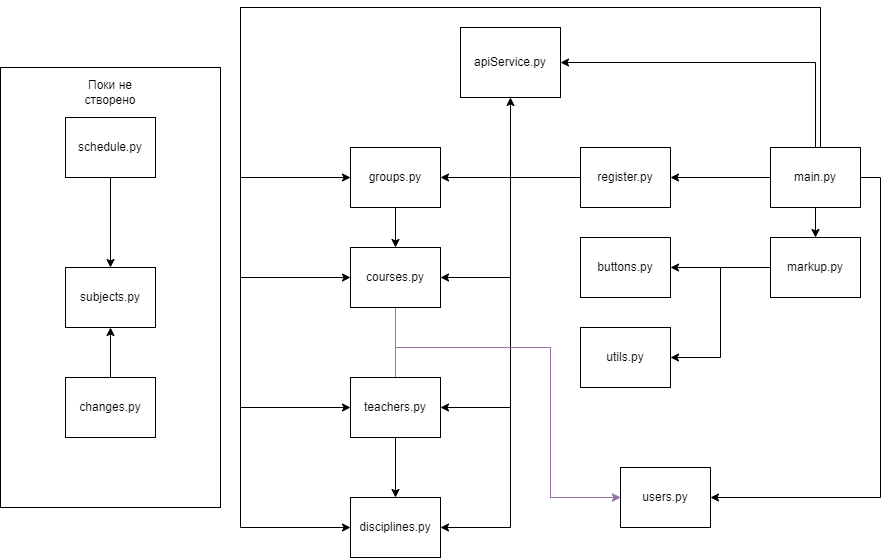
Before: diagrams/1.drawio.png, a diagram exported from draw.io (ppc-ntu-khpi/PPFC-bot). Source tidied: cells renumbered, new cells last; positions are measured from the earlier drawing's top-left corner, leaving out a move shared by most shapes.
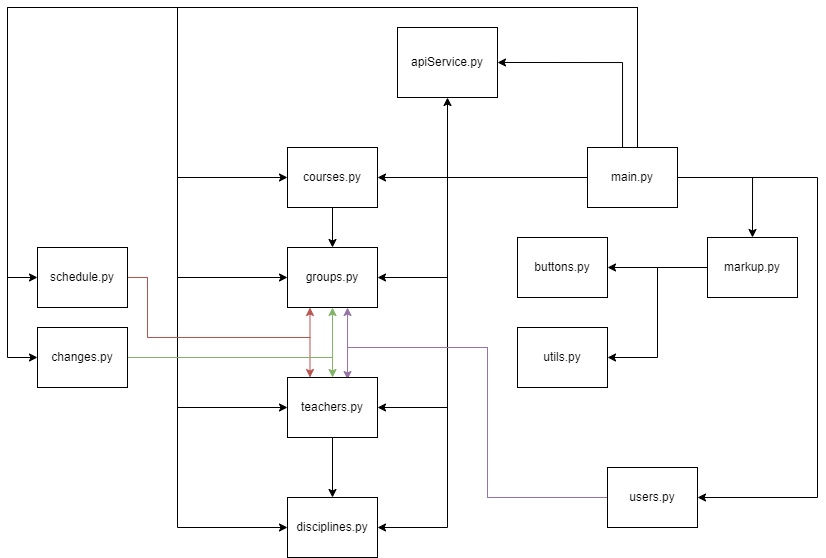
Later version of the same file.

What changed in the source:
```diff
@@ -2,26 +2,20 @@
   <root>
     <mxCell id="0" />
     <mxCell id="1" parent="0" />
-    <mxCell id="2" style="rounded=0;whiteSpace=wrap;html=1;" parent="1" vertex="1">
-      <mxGeometry y="60" width="220" height="440" as="geometry" />
-    </mxCell>
-    <mxCell id="3" style="edgeStyle=orthogonalEdgeStyle;rounded=0;jettySize=auto;html=1;entryX=1;entryY=0.5;entryDx=0;entryDy=0;" parent="1" edge="1" source="11" target="18">
-      <mxGeometry relative="1" as="geometry" />
-    </mxCell>
     <mxCell id="4" style="edgeStyle=orthogonalEdgeStyle;rounded=0;jettySize=auto;html=1;entryX=0.5;entryY=0;entryDx=0;entryDy=0;" parent="1" edge="1" source="11" target="21">
       <mxGeometry relative="1" as="geometry" />
     </mxCell>
     <mxCell id="5" style="edgeStyle=orthogonalEdgeStyle;rounded=0;jettySize=auto;html=1;entryX=1;entryY=0.5;entryDx=0;entryDy=0;" parent="1" edge="1" source="11" target="12">
       <mxGeometry relative="1" as="geometry">
         <Array as="points">
-          <mxPoint x="815" y="55" />
+          <mxPoint x="685" y="55" />
         </Array>
       </mxGeometry>
     </mxCell>
     <mxCell id="6" style="edgeStyle=orthogonalEdgeStyle;rounded=0;jettySize=auto;html=1;entryX=0;entryY=0.5;entryDx=0;entryDy=0;" parent="1" edge="1" source="11" target="24">
       <mxGeometry relative="1" as="geometry">
         <Array as="points">
-          <mxPoint x="820" />
+          <mxPoint x="700" />
           <mxPoint x="240" />
           <mxPoint x="240" y="170" />
         </Array>
@@ -30,7 +24,7 @@
     <mxCell id="7" style="edgeStyle=orthogonalEdgeStyle;rounded=0;jettySize=auto;html=1;entryX=0;entryY=0.5;entryDx=0;entryDy=0;" parent="1" edge="1" source="11" target="26">
       <mxGeometry relative="1" as="geometry">
         <Array as="points">
-          <mxPoint x="820" />
+          <mxPoint x="700" />
           <mxPoint x="240" />
           <mxPoint x="240" y="270" />
         </Array>
@@ -39,7 +33,7 @@
     <mxCell id="8" style="edgeStyle=orthogonalEdgeStyle;rounded=0;jettySize=auto;html=1;entryX=0;entryY=0.5;entryDx=0;entryDy=0;" parent="1" edge="1" source="11" target="32">
       <mxGeometry relative="1" as="geometry">
         <Array as="points">
-          <mxPoint x="820" />
+          <mxPoint x="700" />
           <mxPoint x="240" />
           <mxPoint x="240" y="400" />
         </Array>
@@ -48,7 +42,7 @@
     <mxCell id="9" style="edgeStyle=orthogonalEdgeStyle;rounded=0;jettySize=auto;html=1;entryX=0;entryY=0.5;entryDx=0;entryDy=0;" parent="1" edge="1" source="11" target="29">
       <mxGeometry relative="1" as="geometry">
         <Array as="points">
-          <mxPoint x="820" />
+          <mxPoint x="700" />
           <mxPoint x="240" />
           <mxPoint x="240" y="520" />
         </Array>
@@ -62,30 +56,59 @@
         </Array>
       </mxGeometry>
     </mxCell>
+    <mxCell id="39" style="edgeStyle=orthogonalEdgeStyle;rounded=0;jettySize=auto;html=1;entryX=0;entryY=0.5;entryDx=0;entryDy=0;" parent="1" edge="1" source="11" target="35">
+      <mxGeometry relative="1" as="geometry">
+        <Array as="points">
+          <mxPoint x="700" />
+          <mxPoint x="70" />
+          <mxPoint x="70" y="270" />
+        </Array>
+      </mxGeometry>
+    </mxCell>
+    <mxCell id="40" style="edgeStyle=orthogonalEdgeStyle;rounded=0;jettySize=auto;html=1;entryX=0;entryY=0.5;entryDx=0;entryDy=0;" parent="1" edge="1" source="11" target="37">
+      <mxGeometry relative="1" as="geometry">
+        <Array as="points">
+          <mxPoint x="700" />
+          <mxPoint x="70" />
+          <mxPoint x="70" y="350" />
+        </Array>
+      </mxGeometry>
+    </mxCell>
     <mxCell id="11" value="main.py" style="rounded=0;whiteSpace=wrap;html=1;" parent="1" vertex="1">
-      <mxGeometry x="770" y="140" width="90" height="60" as="geometry" />
+      <mxGeometry x="650" y="140" width="90" height="60" as="geometry" />
     </mxCell>
     <mxCell id="12" value="apiService.py" style="rounded=0;whiteSpace=wrap;html=1;" parent="1" vertex="1">
       <mxGeometry x="460" y="20" width="100" height="70" as="geometry" />
     </mxCell>
-    <mxCell id="13" style="edgeStyle=orthogonalEdgeStyle;rounded=0;jettySize=auto;html=1;" parent="1" edge="1" source="18" target="12">
-      <mxGeometry relative="1" as="geometry" />
+    <mxCell id="13" style="edgeStyle=orthogonalEdgeStyle;rounded=0;jettySize=auto;html=1;" parent="1" edge="1" target="12">
+      <mxGeometry relative="1" as="geometry">
+        <mxPoint x="580" y="170" as="sourcePoint" />
+      </mxGeometry>
     </mxCell>
-    <mxCell id="14" style="edgeStyle=orthogonalEdgeStyle;rounded=0;jettySize=auto;html=1;" parent="1" edge="1" source="18" target="24">
+    <mxCell id="14" style="edgeStyle=orthogonalEdgeStyle;rounded=0;jettySize=auto;html=1;exitX=0;exitY=0.5;exitDx=0;exitDy=0;" parent="1" edge="1" source="11" target="24">
       <mxGeometry relative="1" as="geometry" />
     </mxCell>
-    <mxCell id="15" style="edgeStyle=orthogonalEdgeStyle;rounded=0;jettySize=auto;html=1;entryX=1;entryY=0.5;entryDx=0;entryDy=0;" parent="1" edge="1" source="18" target="26">
-      <mxGeometry relative="1" as="geometry" />
+    <mxCell id="15" style="edgeStyle=orthogonalEdgeStyle;rounded=0;jettySize=auto;html=1;entryX=1;entryY=0.5;entryDx=0;entryDy=0;exitX=0;exitY=0.5;exitDx=0;exitDy=0;" parent="1" edge="1" source="11" target="26">
+      <mxGeometry relative="1" as="geometry">
+        <Array as="points">
+          <mxPoint x="510" y="170" />
+          <mxPoint x="510" y="270" />
+        </Array>
+      </mxGeometry>
     </mxCell>
-    <mxCell id="16" style="edgeStyle=orthogonalEdgeStyle;rounded=0;jettySize=auto;html=1;entryX=1;entryY=0.5;entryDx=0;entryDy=0;" parent="1" edge="1" source="18" target="32">
-      <mxGeometry relative="1" as="geometry" />
+    <mxCell id="16" style="edgeStyle=orthogonalEdgeStyle;rounded=0;jettySize=auto;html=1;entryX=1;entryY=0.5;entryDx=0;entryDy=0;" parent="1" edge="1" target="32">
+      <mxGeometry relative="1" as="geometry">
+        <mxPoint x="580" y="170" as="sourcePoint" />
+      </mxGeometry>
     </mxCell>
-    <mxCell id="17" style="edgeStyle=orthogonalEdgeStyle;rounded=0;jettySize=auto;html=1;entryX=1;entryY=0.5;entryDx=0;entryDy=0;" parent="1" edge="1" source="18" target="29">
-      <mxGeometry relative="1" as="geometry" />
+    <mxCell id="17" style="edgeStyle=orthogonalEdgeStyle;rounded=0;jettySize=auto;html=1;entryX=1;entryY=0.5;entryDx=0;entryDy=0;exitX=0;exitY=0.5;exitDx=0;exitDy=0;" parent="1" edge="1" source="11" target="29">
+      <mxGeometry relative="1" as="geometry">
+        <Array as="points">
+          <mxPoint x="510" y="170" />
+          <mxPoint x="510" y="520" />
+        </Array>
+      </mxGeometry>
     </mxCell>
-    <mxCell id="18" value="register.py" style="rounded=0;whiteSpace=wrap;html=1;" parent="1" vertex="1">
-      <mxGeometry x="580" y="140" width="90" height="60" as="geometry" />
-    </mxCell>
     <mxCell id="19" style="edgeStyle=orthogonalEdgeStyle;rounded=0;jettySize=auto;html=1;entryX=1;entryY=0.5;entryDx=0;entryDy=0;" parent="1" edge="1" source="21" target="33">
       <mxGeometry relative="1" as="geometry" />
     </mxCell>
@@ -101,62 +124,84 @@
     <mxCell id="23" style="edgeStyle=orthogonalEdgeStyle;rounded=0;jettySize=auto;html=1;entryX=0.5;entryY=0;entryDx=0;entryDy=0;" parent="1" edge="1" source="24" target="26">
       <mxGeometry relative="1" as="geometry" />
     </mxCell>
-    <mxCell id="24" value="groups.py" style="rounded=0;whiteSpace=wrap;html=1;" parent="1" vertex="1">
+    <mxCell id="24" value="courses.py" style="rounded=0;whiteSpace=wrap;html=1;" parent="1" vertex="1">
       <mxGeometry x="350" y="140" width="90" height="60" as="geometry" />
     </mxCell>
-    <mxCell id="25" style="edgeStyle=orthogonalEdgeStyle;rounded=0;jettySize=auto;html=1;entryX=0;entryY=0.5;entryDx=0;entryDy=0;fillColor=#e1d5e7;strokeColor=#9673a6;" parent="1" edge="1" source="26" target="27">
-      <mxGeometry relative="1" as="geometry">
-        <Array as="points">
-          <mxPoint x="395" y="340" />
-          <mxPoint x="550" y="340" />
-          <mxPoint x="550" y="490" />
-        </Array>
-      </mxGeometry>
-    </mxCell>
-    <mxCell id="26" value="courses.py" style="rounded=0;whiteSpace=wrap;html=1;" parent="1" vertex="1">
+    <mxCell id="26" value="groups.py" style="rounded=0;whiteSpace=wrap;html=1;" parent="1" vertex="1">
       <mxGeometry x="350" y="240" width="90" height="60" as="geometry" />
     </mxCell>
+    <mxCell id="41" style="edgeStyle=orthogonalEdgeStyle;rounded=0;jettySize=auto;html=1;entryX=0.667;entryY=1;entryDx=0;entryDy=0;fillColor=#e1d5e7;strokeColor=#9673a6;entryPerimeter=0;" parent="1" edge="1" source="27" target="26">
+      <mxGeometry relative="1" as="geometry">
+        <Array as="points">
+          <mxPoint x="550" y="490" />
+          <mxPoint x="550" y="340" />
+          <mxPoint x="410" y="340" />
+        </Array>
+      </mxGeometry>
+    </mxCell>
+    <mxCell id="42" style="edgeStyle=orthogonalEdgeStyle;rounded=0;jettySize=auto;html=1;entryX=0.667;entryY=0.033;entryDx=0;entryDy=0;fillColor=#e1d5e7;strokeColor=#9673a6;entryPerimeter=0;" parent="1" edge="1" source="27" target="32">
+      <mxGeometry relative="1" as="geometry">
+        <Array as="points">
+          <mxPoint x="550" y="490" />
+          <mxPoint x="550" y="340" />
+          <mxPoint x="410" y="340" />
+        </Array>
+      </mxGeometry>
+    </mxCell>
     <mxCell id="27" value="users.py" style="rounded=0;whiteSpace=wrap;html=1;" parent="1" vertex="1">
-      <mxGeometry x="620" y="460" width="90" height="60" as="geometry" />
+      <mxGeometry x="670" y="460" width="90" height="60" as="geometry" />
     </mxCell>
-    <mxCell id="28" value="subjects.py" style="rounded=0;whiteSpace=wrap;html=1;" parent="1" vertex="1">
-      <mxGeometry x="65" y="260" width="90" height="60" as="geometry" />
-    </mxCell>
     <mxCell id="29" value="disciplines.py" style="rounded=0;whiteSpace=wrap;html=1;" parent="1" vertex="1">
       <mxGeometry x="350" y="490" width="90" height="60" as="geometry" />
     </mxCell>
     <mxCell id="30" style="edgeStyle=orthogonalEdgeStyle;rounded=0;jettySize=auto;html=1;entryX=0.5;entryY=0;entryDx=0;entryDy=0;" parent="1" edge="1" source="32" target="29">
       <mxGeometry relative="1" as="geometry" />
     </mxCell>
-    <mxCell id="31" style="edgeStyle=orthogonalEdgeStyle;rounded=0;jettySize=auto;html=1;entryX=0;entryY=0.5;entryDx=0;entryDy=0;fillColor=#e1d5e7;strokeColor=#9673a6;" parent="1" edge="1" source="32" target="27">
-      <mxGeometry relative="1" as="geometry">
-        <Array as="points">
-          <mxPoint x="395" y="340" />
-          <mxPoint x="550" y="340" />
-          <mxPoint x="550" y="490" />
-        </Array>
-      </mxGeometry>
-    </mxCell>
     <mxCell id="32" value="teachers.py" style="rounded=0;whiteSpace=wrap;html=1;" parent="1" vertex="1">
       <mxGeometry x="350" y="370" width="90" height="60" as="geometry" />
     </mxCell>
     <mxCell id="33" value="buttons.py" style="rounded=0;whiteSpace=wrap;html=1;" parent="1" vertex="1">
       <mxGeometry x="580" y="230" width="90" height="60" as="geometry" />
     </mxCell>
-    <mxCell id="34" style="edgeStyle=orthogonalEdgeStyle;rounded=0;jettySize=auto;html=1;entryX=0.5;entryY=0;entryDx=0;entryDy=0;" parent="1" edge="1" source="35" target="28">
-      <mxGeometry relative="1" as="geometry" />
-    </mxCell>
+    <mxCell id="43" style="edgeStyle=orthogonalEdgeStyle;rounded=0;jettySize=auto;html=1;entryX=0.25;entryY=0;entryDx=0;entryDy=0;fillColor=#f8cecc;strokeColor=#b85450;" parent="1" edge="1" source="35" target="32">
+      <mxGeometry relative="1" as="geometry">
+        <Array as="points">
+          <mxPoint x="210" y="270" />
+          <mxPoint x="210" y="330" />
+          <mxPoint x="373" y="330" />
+        </Array>
+      </mxGeometry>
+    </mxCell>
+    <mxCell id="44" style="edgeStyle=orthogonalEdgeStyle;rounded=0;jettySize=auto;html=1;entryX=0.25;entryY=1;entryDx=0;entryDy=0;fillColor=#f8cecc;strokeColor=#b85450;" parent="1" edge="1" source="35" target="26">
+      <mxGeometry relative="1" as="geometry">
+        <Array as="points">
+          <mxPoint x="210" y="270" />
+          <mxPoint x="210" y="330" />
+          <mxPoint x="373" y="330" />
+        </Array>
+      </mxGeometry>
+    </mxCell>
     <mxCell id="35" value="schedule.py" style="rounded=0;whiteSpace=wrap;html=1;" parent="1" vertex="1">
-      <mxGeometry x="65" y="110" width="90" height="60" as="geometry" />
+      <mxGeometry x="100" y="240" width="90" height="60" as="geometry" />
     </mxCell>
-    <mxCell id="36" style="edgeStyle=orthogonalEdgeStyle;rounded=0;jettySize=auto;html=1;entryX=0.5;entryY=1;entryDx=0;entryDy=0;" parent="1" edge="1" source="37" target="28">
-      <mxGeometry relative="1" as="geometry" />
-    </mxCell>
+    <mxCell id="45" style="edgeStyle=orthogonalEdgeStyle;rounded=0;jettySize=auto;html=1;fillColor=#d5e8d4;strokeColor=#82b366;" parent="1" edge="1" source="37">
+      <mxGeometry relative="1" as="geometry">
+        <mxPoint x="395" y="370" as="targetPoint" />
+        <Array as="points">
+          <mxPoint x="395" y="350" />
+          <mxPoint x="395" y="370" />
+        </Array>
+      </mxGeometry>
+    </mxCell>
+    <mxCell id="46" style="edgeStyle=orthogonalEdgeStyle;rounded=0;jettySize=auto;html=1;entryX=0.5;entryY=1;entryDx=0;entryDy=0;fillColor=#d5e8d4;strokeColor=#82b366;" parent="1" edge="1" source="37" target="26">
+      <mxGeometry relative="1" as="geometry">
+        <Array as="points">
+          <mxPoint x="395" y="350" />
+        </Array>
+      </mxGeometry>
+    </mxCell>
     <mxCell id="37" value="changes.py" style="rounded=0;whiteSpace=wrap;html=1;" parent="1" vertex="1">
-      <mxGeometry x="65" y="370" width="90" height="60" as="geometry" />
+      <mxGeometry x="100" y="320" width="90" height="60" as="geometry" />
     </mxCell>
-    <mxCell id="38" value="Поки не створено" style="text;html=1;strokeColor=none;fillColor=none;align=center;verticalAlign=middle;whiteSpace=wrap;rounded=0;" parent="1" vertex="1">
-      <mxGeometry x="80" y="70" width="60" height="30" as="geometry" />
-    </mxCell>
   </root>
 </mxGraphModel>
```
